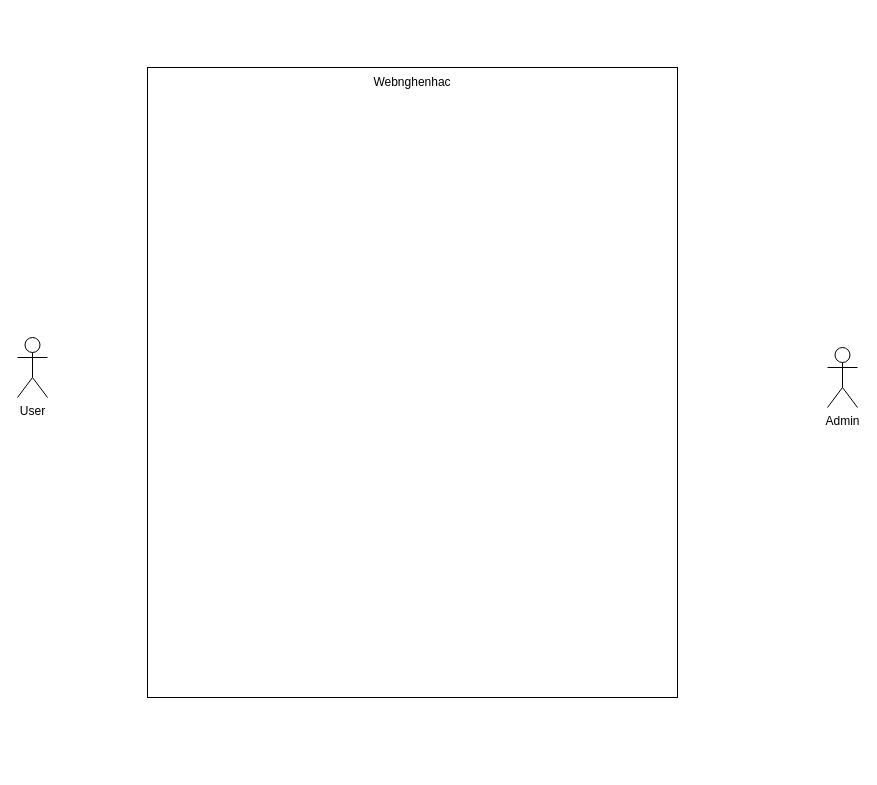
The draw.io diagram Diagram.drawio in letham1612/test.ithub, before the edit. Source tidied: cells renumbered, new cells numbered last; positions are measured from the earlier drawing's top-left corner, leaving out a move shared by most shapes. Both pictures are drawn from the tidied source at 100%, with x=0, y=0 at pixel (17, 67).
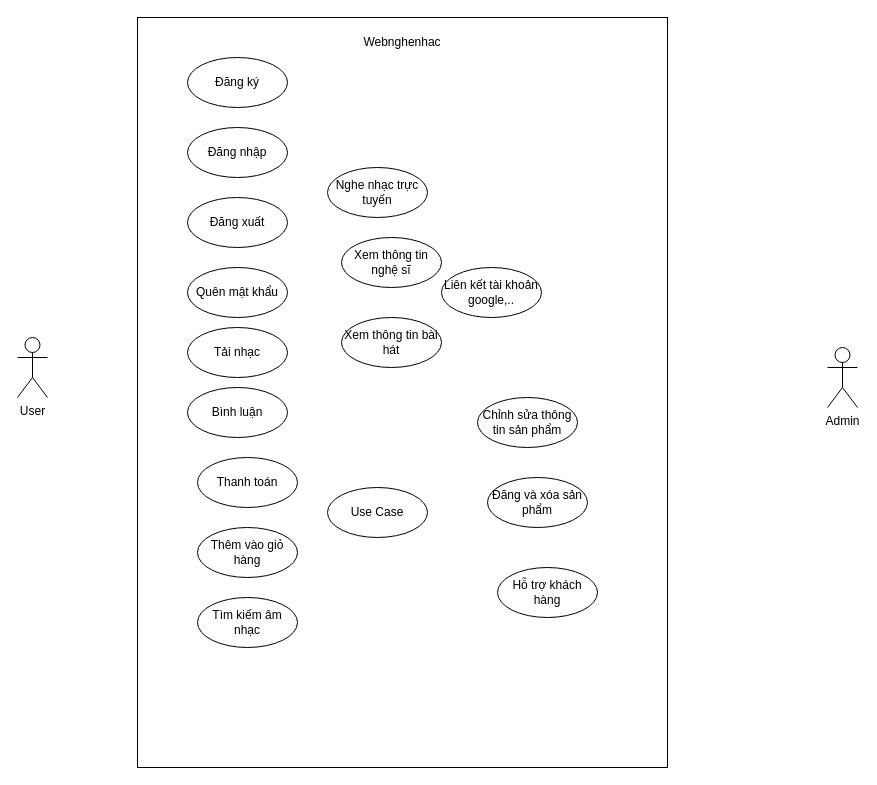
Above is the later version.

Commit message (it also covers changes not shown here):
Cập nhật Diagram.drawio

What changed in the source:
```diff
@@
-    <mxCell id="4" value="Webnghenhac" style="html=1;whiteSpace=wrap;spacingBottom=600;" parent="1" vertex="1">
-      <mxGeometry x="130" width="530" height="630" as="geometry" />
+    <mxCell id="4" value="Webnghenhac" style="html=1;whiteSpace=wrap;spacingBottom=700;" parent="1" vertex="1">
+      <mxGeometry x="120" y="-50" width="530" height="750" as="geometry" />
     </mxCell>
+    <mxCell id="5" value="Chỉnh sửa thông tin sản phẩm" style="ellipse;whiteSpace=wrap;html=1;" parent="1" vertex="1">
+      <mxGeometry x="460" y="330" width="100" height="50" as="geometry" />
+    </mxCell>
+    <mxCell id="6" value="Đăng ký" style="ellipse;whiteSpace=wrap;html=1;" parent="1" vertex="1">
+      <mxGeometry x="170" y="-10" width="100" height="50" as="geometry" />
+    </mxCell>
+    <mxCell id="7" value="Use Case" style="ellipse;whiteSpace=wrap;html=1;" parent="1" vertex="1">
+      <mxGeometry x="310" y="420" width="100" height="50" as="geometry" />
+    </mxCell>
+    <mxCell id="8" value="Liên kết tài khoản google,.." style="ellipse;whiteSpace=wrap;html=1;" parent="1" vertex="1">
+      <mxGeometry x="424" y="200" width="100" height="50" as="geometry" />
+    </mxCell>
+    <mxCell id="9" value="Xem thông tin bài hát" style="ellipse;whiteSpace=wrap;html=1;" parent="1" vertex="1">
+      <mxGeometry x="324" y="250" width="100" height="50" as="geometry" />
+    </mxCell>
+    <mxCell id="10" value="Xem thông tin nghệ sĩ" style="ellipse;whiteSpace=wrap;html=1;" parent="1" vertex="1">
+      <mxGeometry x="324" y="170" width="100" height="50" as="geometry" />
+    </mxCell>
+    <mxCell id="11" value="Nghe nhạc trực tuyến" style="ellipse;whiteSpace=wrap;html=1;" parent="1" vertex="1">
+      <mxGeometry x="310" y="100" width="100" height="50" as="geometry" />
+    </mxCell>
+    <mxCell id="12" value="Tìm kiếm âm nhạc" style="ellipse;whiteSpace=wrap;html=1;" parent="1" vertex="1">
+      <mxGeometry x="180" y="530" width="100" height="50" as="geometry" />
+    </mxCell>
+    <mxCell id="13" value="Thêm vào giỏ hàng" style="ellipse;whiteSpace=wrap;html=1;" parent="1" vertex="1">
+      <mxGeometry x="180" y="460" width="100" height="50" as="geometry" />
+    </mxCell>
+    <mxCell id="14" value="Thanh toán" style="ellipse;whiteSpace=wrap;html=1;" parent="1" vertex="1">
+      <mxGeometry x="180" y="390" width="100" height="50" as="geometry" />
+    </mxCell>
+    <mxCell id="15" value="Bình luận" style="ellipse;whiteSpace=wrap;html=1;" parent="1" vertex="1">
+      <mxGeometry x="170" y="320" width="100" height="50" as="geometry" />
+    </mxCell>
+    <mxCell id="16" value="Tải nhạc" style="ellipse;whiteSpace=wrap;html=1;" parent="1" vertex="1">
+      <mxGeometry x="170" y="260" width="100" height="50" as="geometry" />
+    </mxCell>
+    <mxCell id="17" value="Quên mật khẩu" style="ellipse;whiteSpace=wrap;html=1;" parent="1" vertex="1">
+      <mxGeometry x="170" y="200" width="100" height="50" as="geometry" />
+    </mxCell>
+    <mxCell id="18" value="Đăng xuất" style="ellipse;whiteSpace=wrap;html=1;" parent="1" vertex="1">
+      <mxGeometry x="170" y="130" width="100" height="50" as="geometry" />
+    </mxCell>
+    <mxCell id="19" value="Đăng nhập" style="ellipse;whiteSpace=wrap;html=1;" parent="1" vertex="1">
+      <mxGeometry x="170" y="60" width="100" height="50" as="geometry" />
+    </mxCell>
+    <mxCell id="20" value="Đăng và xóa sản phẩm" style="ellipse;whiteSpace=wrap;html=1;" parent="1" vertex="1">
+      <mxGeometry x="470" y="410" width="100" height="50" as="geometry" />
+    </mxCell>
+    <mxCell id="21" value="Hỗ trợ khách hàng" style="ellipse;whiteSpace=wrap;html=1;" parent="1" vertex="1">
+      <mxGeometry x="480" y="500" width="100" height="50" as="geometry" />
+    </mxCell>
```
